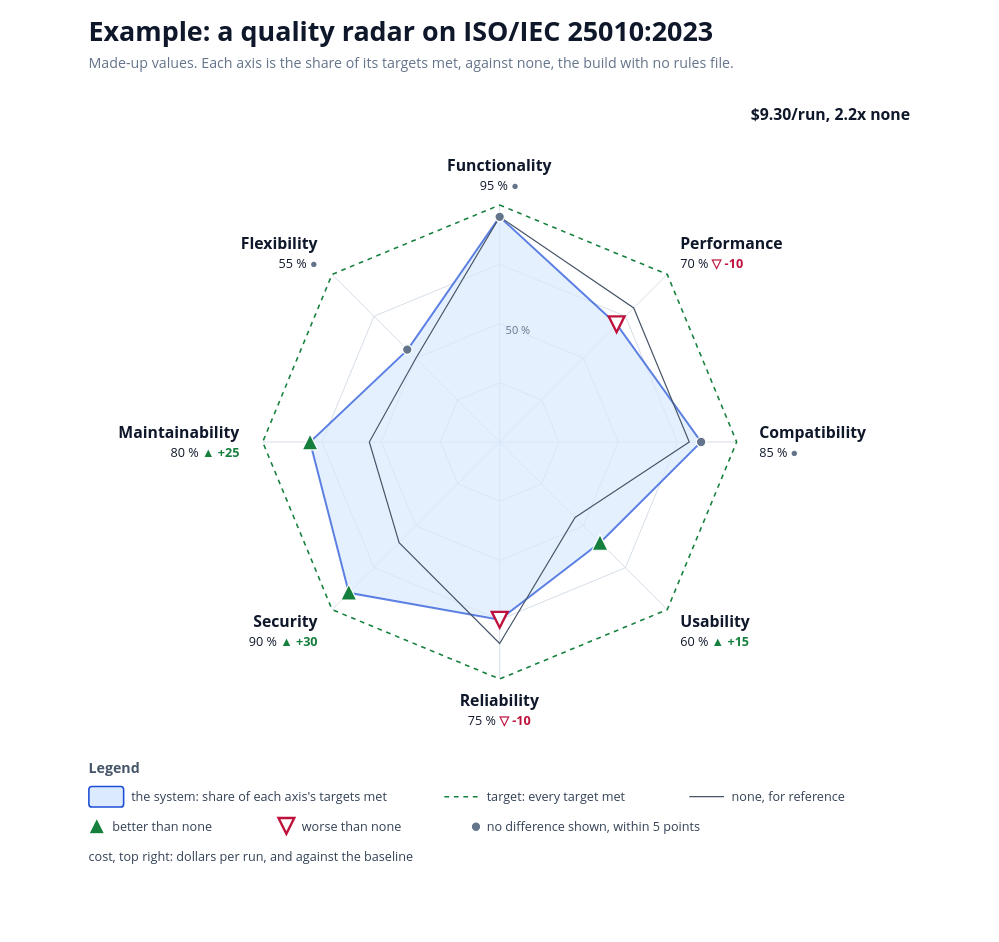
Earlier version of the draw.io diagram docs/diagrams/iso-radar-example.drawio (solid-ai-dev/solid-ai-benchmark). Source tidied: cells renumbered, new cells numbered last; positions are measured from the earlier drawing's top-left corner, leaving out a move shared by most shapes. Both pictures are drawn from the tidied source at 79%, with x=0, y=0 at pixel (66, 13).
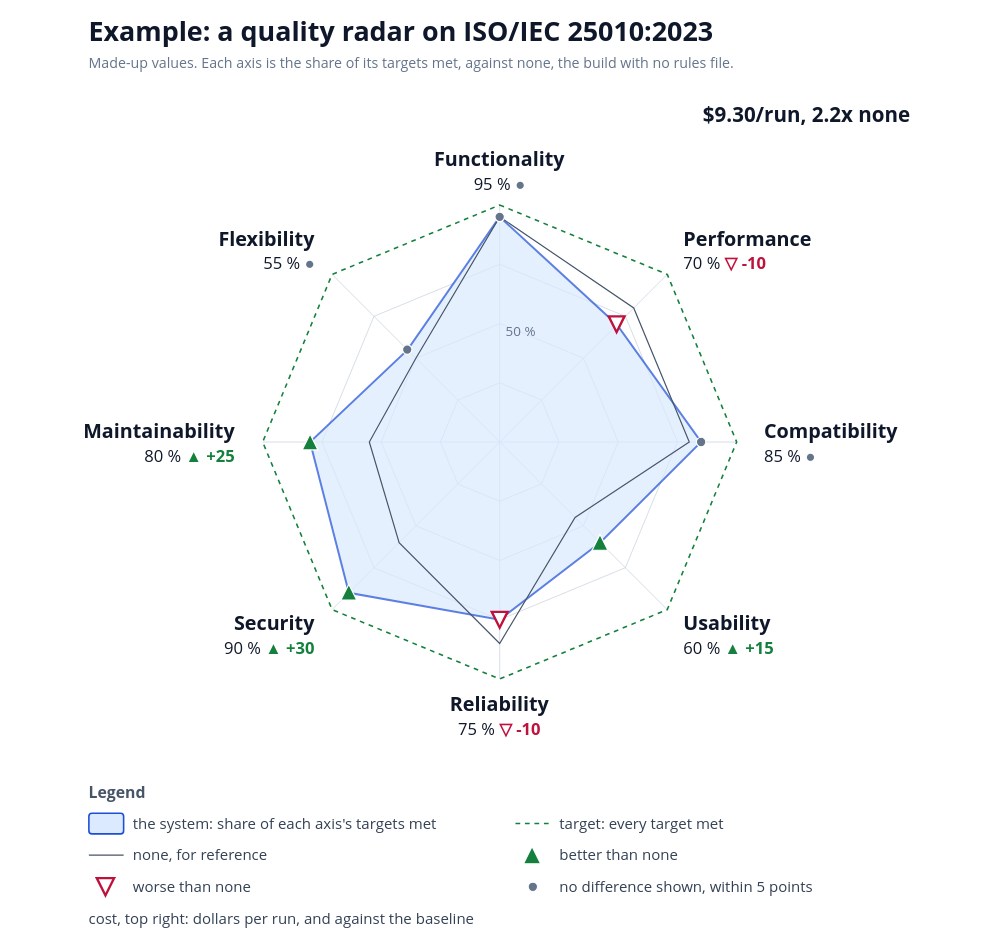
The same page after the edit.

Commit message (it also covers changes not shown here):
docs(spikes): larger text on the example radar

Claude-Session: https://claude.ai/code/session_01DpT5xPFWEQr1bipxbbKBRF

The edit, as a diff of the source:
```diff
@@
-    <mxCell id="4" value="$9.30/run, 2.2x none" style="text;html=1;whiteSpace=wrap;strokeColor=none;fillColor=none;align=right;verticalAlign=middle;fontFamily=Segoe UI;fontSize=20;fontColor=#0F172A;fontStyle=1;spacing=0;" parent="1" vertex="1">
-      <mxGeometry x="759" y="112" width="310" height="30" as="geometry" />
+    <mxCell id="4" value="$9.30/run, 2.2x none" style="text;html=1;whiteSpace=wrap;strokeColor=none;fillColor=none;align=right;verticalAlign=middle;fontFamily=Segoe UI;fontSize=26;fontColor=#0F172A;fontStyle=1;spacing=0;" parent="1" vertex="1">
+      <mxGeometry x="699" y="110" width="370" height="36" as="geometry" />
     </mxCell>
@@
-    <mxCell id="27" value="Functionality&lt;br&gt;&lt;span style='font-size:16px;font-weight:normal'&gt;95 % &lt;span style='color:#64748B;font-weight:bold'&gt;●&lt;/span&gt;&lt;/span&gt;" style="text;html=1;whiteSpace=wrap;strokeColor=none;fillColor=none;align=center;verticalAlign=middle;fontFamily=Segoe UI;fontSize=20;fontColor=#0F172A;fontStyle=1;spacing=0;" parent="1" vertex="1">
-      <mxGeometry x="439" y="179" width="220" height="48" as="geometry" />
+    <mxCell id="27" value="Functionality&lt;br&gt;&lt;span style='font-size:21px;font-weight:normal'&gt;95 % &lt;span style='color:#64748B;font-weight:bold'&gt;●&lt;/span&gt;&lt;/span&gt;" style="text;html=1;whiteSpace=wrap;strokeColor=none;fillColor=none;align=center;verticalAlign=middle;fontFamily=Segoe UI;fontSize=25;fontColor=#0F172A;fontStyle=1;spacing=0;" parent="1" vertex="1">
+      <mxGeometry x="409" y="167" width="280" height="62" as="geometry" />
     </mxCell>
-    <mxCell id="28" value="Performance&lt;br&gt;&lt;span style='font-size:16px;font-weight:normal'&gt;70 % &lt;span style='color:#BE123C;font-weight:bold'&gt;▽ -10&lt;/span&gt;&lt;/span&gt;" style="text;html=1;whiteSpace=wrap;strokeColor=none;fillColor=none;align=left;verticalAlign=middle;fontFamily=Segoe UI;fontSize=20;fontColor=#0F172A;fontStyle=1;spacing=0;" parent="1" vertex="1">
-      <mxGeometry x="778" y="278" width="220" height="48" as="geometry" />
+    <mxCell id="28" value="Performance&lt;br&gt;&lt;span style='font-size:21px;font-weight:normal'&gt;70 % &lt;span style='color:#BE123C;font-weight:bold'&gt;▽ -10&lt;/span&gt;&lt;/span&gt;" style="text;html=1;whiteSpace=wrap;strokeColor=none;fillColor=none;align=left;verticalAlign=middle;fontFamily=Segoe UI;fontSize=25;fontColor=#0F172A;fontStyle=1;spacing=0;" parent="1" vertex="1">
+      <mxGeometry x="782" y="268" width="280" height="62" as="geometry" />
     </mxCell>
-    <mxCell id="29" value="Compatibility&lt;br&gt;&lt;span style='font-size:16px;font-weight:normal'&gt;85 % &lt;span style='color:#64748B;font-weight:bold'&gt;●&lt;/span&gt;&lt;/span&gt;" style="text;html=1;whiteSpace=wrap;strokeColor=none;fillColor=none;align=left;verticalAlign=middle;fontFamily=Segoe UI;fontSize=20;fontColor=#0F172A;fontStyle=1;spacing=0;" parent="1" vertex="1">
-      <mxGeometry x="878" y="518" width="220" height="48" as="geometry" />
+    <mxCell id="29" value="Compatibility&lt;br&gt;&lt;span style='font-size:21px;font-weight:normal'&gt;85 % &lt;span style='color:#64748B;font-weight:bold'&gt;●&lt;/span&gt;&lt;/span&gt;" style="text;html=1;whiteSpace=wrap;strokeColor=none;fillColor=none;align=left;verticalAlign=middle;fontFamily=Segoe UI;fontSize=25;fontColor=#0F172A;fontStyle=1;spacing=0;" parent="1" vertex="1">
+      <mxGeometry x="884" y="512" width="280" height="62" as="geometry" />
     </mxCell>
-    <mxCell id="30" value="Usability&lt;br&gt;&lt;span style='font-size:16px;font-weight:normal'&gt;60 % &lt;span style='color:#15803D;font-weight:bold'&gt;▲ +15&lt;/span&gt;&lt;/span&gt;" style="text;html=1;whiteSpace=wrap;strokeColor=none;fillColor=none;align=left;verticalAlign=middle;fontFamily=Segoe UI;fontSize=20;fontColor=#0F172A;fontStyle=1;spacing=0;" parent="1" vertex="1">
-      <mxGeometry x="778" y="757" width="220" height="48" as="geometry" />
+    <mxCell id="30" value="Usability&lt;br&gt;&lt;span style='font-size:21px;font-weight:normal'&gt;60 % &lt;span style='color:#15803D;font-weight:bold'&gt;▲ +15&lt;/span&gt;&lt;/span&gt;" style="text;html=1;whiteSpace=wrap;strokeColor=none;fillColor=none;align=left;verticalAlign=middle;fontFamily=Segoe UI;fontSize=25;fontColor=#0F172A;fontStyle=1;spacing=0;" parent="1" vertex="1">
+      <mxGeometry x="782" y="755" width="280" height="62" as="geometry" />
     </mxCell>
-    <mxCell id="31" value="Reliability&lt;br&gt;&lt;span style='font-size:16px;font-weight:normal'&gt;75 % &lt;span style='color:#BE123C;font-weight:bold'&gt;▽ -10&lt;/span&gt;&lt;/span&gt;" style="text;html=1;whiteSpace=wrap;strokeColor=none;fillColor=none;align=center;verticalAlign=middle;fontFamily=Segoe UI;fontSize=20;fontColor=#0F172A;fontStyle=1;spacing=0;" parent="1" vertex="1">
-      <mxGeometry x="439" y="857" width="220" height="48" as="geometry" />
+    <mxCell id="31" value="Reliability&lt;br&gt;&lt;span style='font-size:21px;font-weight:normal'&gt;75 % &lt;span style='color:#BE123C;font-weight:bold'&gt;▽ -10&lt;/span&gt;&lt;/span&gt;" style="text;html=1;whiteSpace=wrap;strokeColor=none;fillColor=none;align=center;verticalAlign=middle;fontFamily=Segoe UI;fontSize=25;fontColor=#0F172A;fontStyle=1;spacing=0;" parent="1" vertex="1">
+      <mxGeometry x="409" y="857" width="280" height="62" as="geometry" />
     </mxCell>
-    <mxCell id="32" value="Security&lt;br&gt;&lt;span style='font-size:16px;font-weight:normal'&gt;90 % &lt;span style='color:#15803D;font-weight:bold'&gt;▲ +30&lt;/span&gt;&lt;/span&gt;" style="text;html=1;whiteSpace=wrap;strokeColor=none;fillColor=none;align=right;verticalAlign=middle;fontFamily=Segoe UI;fontSize=20;fontColor=#0F172A;fontStyle=1;spacing=0;" parent="1" vertex="1">
-      <mxGeometry x="99" y="757" width="220" height="48" as="geometry" />
+    <mxCell id="32" value="Security&lt;br&gt;&lt;span style='font-size:21px;font-weight:normal'&gt;90 % &lt;span style='color:#15803D;font-weight:bold'&gt;▲ +30&lt;/span&gt;&lt;/span&gt;" style="text;html=1;whiteSpace=wrap;strokeColor=none;fillColor=none;align=right;verticalAlign=middle;fontFamily=Segoe UI;fontSize=25;fontColor=#0F172A;fontStyle=1;spacing=0;" parent="1" vertex="1">
+      <mxGeometry x="35" y="755" width="280" height="62" as="geometry" />
     </mxCell>
-    <mxCell id="33" value="Maintainability&lt;br&gt;&lt;span style='font-size:16px;font-weight:normal'&gt;80 % &lt;span style='color:#15803D;font-weight:bold'&gt;▲ +25&lt;/span&gt;&lt;/span&gt;" style="text;html=1;whiteSpace=wrap;strokeColor=none;fillColor=none;align=right;verticalAlign=middle;fontFamily=Segoe UI;fontSize=20;fontColor=#0F172A;fontStyle=1;spacing=0;" parent="1" vertex="1">
-      <mxGeometry y="518" width="220" height="48" as="geometry" />
+    <mxCell id="33" value="Maintainability&lt;br&gt;&lt;span style='font-size:21px;font-weight:normal'&gt;80 % &lt;span style='color:#15803D;font-weight:bold'&gt;▲ +25&lt;/span&gt;&lt;/span&gt;" style="text;html=1;whiteSpace=wrap;strokeColor=none;fillColor=none;align=right;verticalAlign=middle;fontFamily=Segoe UI;fontSize=25;fontColor=#0F172A;fontStyle=1;spacing=0;" parent="1" vertex="1">
+      <mxGeometry x="-66" y="512" width="280" height="62" as="geometry" />
     </mxCell>
-    <mxCell id="34" value="Flexibility&lt;br&gt;&lt;span style='font-size:16px;font-weight:normal'&gt;55 % &lt;span style='color:#64748B;font-weight:bold'&gt;●&lt;/span&gt;&lt;/span&gt;" style="text;html=1;whiteSpace=wrap;strokeColor=none;fillColor=none;align=right;verticalAlign=middle;fontFamily=Segoe UI;fontSize=20;fontColor=#0F172A;fontStyle=1;spacing=0;" parent="1" vertex="1">
-      <mxGeometry x="99" y="278" width="220" height="48" as="geometry" />
+    <mxCell id="34" value="Flexibility&lt;br&gt;&lt;span style='font-size:21px;font-weight:normal'&gt;55 % &lt;span style='color:#64748B;font-weight:bold'&gt;●&lt;/span&gt;&lt;/span&gt;" style="text;html=1;whiteSpace=wrap;strokeColor=none;fillColor=none;align=right;verticalAlign=middle;fontFamily=Segoe UI;fontSize=25;fontColor=#0F172A;fontStyle=1;spacing=0;" parent="1" vertex="1">
+      <mxGeometry x="35" y="268" width="280" height="62" as="geometry" />
     </mxCell>
-    <mxCell id="35" value="50 %" style="text;html=1;whiteSpace=wrap;strokeColor=none;fillColor=none;align=left;verticalAlign=middle;fontFamily=Segoe UI;fontSize=14;fontColor=#64748B;fontStyle=0;spacing=0;" parent="1" vertex="1">
-      <mxGeometry x="557" y="390" width="70" height="22" as="geometry" />
+    <mxCell id="35" value="50 %" style="text;html=1;whiteSpace=wrap;strokeColor=none;fillColor=none;align=left;verticalAlign=middle;fontFamily=Segoe UI;fontSize=17;fontColor=#64748B;fontStyle=0;spacing=0;" parent="1" vertex="1">
+      <mxGeometry x="557" y="390" width="80" height="24" as="geometry" />
     </mxCell>
-    <mxCell id="36" value="Legend" style="text;html=1;whiteSpace=wrap;strokeColor=none;fillColor=none;align=left;verticalAlign=middle;fontFamily=Segoe UI;fontSize=18;fontColor=#475569;fontStyle=1;spacing=0;" parent="1" vertex="1">
-      <mxGeometry x="29" y="942" width="200" height="24" as="geometry" />
+    <mxCell id="36" value="Legend" style="text;html=1;whiteSpace=wrap;strokeColor=none;fillColor=none;align=left;verticalAlign=middle;fontFamily=Segoe UI;fontSize=20;fontColor=#475569;fontStyle=1;spacing=0;" parent="1" vertex="1">
+      <mxGeometry x="29" y="972" width="200" height="26" as="geometry" />
     </mxCell>
     <mxCell id="37" style="rounded=1;html=1;fillColor=#DBEAFE;strokeColor=#1D4ED8;strokeWidth=2;" parent="1" vertex="1">
-      <mxGeometry x="29" y="978" width="44" height="26" as="geometry" />
+      <mxGeometry x="29" y="1012" width="44" height="26" as="geometry" />
     </mxCell>
-    <mxCell id="38" value="the system: share of each axis's targets met" style="text;html=1;whiteSpace=wrap;strokeColor=none;fillColor=none;align=left;verticalAlign=middle;fontFamily=Segoe UI;fontSize=16;fontColor=#334155;fontStyle=0;spacing=0;" parent="1" vertex="1">
-      <mxGeometry x="83" y="978" width="360" height="26" as="geometry" />
+    <mxCell id="38" value="the system: share of each axis's targets met" style="text;html=1;whiteSpace=wrap;strokeColor=none;fillColor=none;align=left;verticalAlign=middle;fontFamily=Segoe UI;fontSize=19;fontColor=#334155;fontStyle=0;spacing=0;" parent="1" vertex="1">
+      <mxGeometry x="85" y="1012" width="470" height="26" as="geometry" />
     </mxCell>
     <mxCell id="39" style="endArrow=none;html=1;rounded=0;strokeWidth=2;strokeColor=#15803D;dashed=1;" parent="1" edge="1">
       <mxGeometry relative="1" as="geometry">
-        <mxPoint x="479" y="991" as="sourcePoint" />
-        <mxPoint x="523" y="991" as="targetPoint" />
+        <mxPoint x="569" y="1025" as="sourcePoint" />
+        <mxPoint x="613" y="1025" as="targetPoint" />
       </mxGeometry>
     </mxCell>
-    <mxCell id="40" value="target: every target met" style="text;html=1;whiteSpace=wrap;strokeColor=none;fillColor=none;align=left;verticalAlign=middle;fontFamily=Segoe UI;fontSize=16;fontColor=#334155;fontStyle=0;spacing=0;" parent="1" vertex="1">
-      <mxGeometry x="533" y="978" width="240" height="26" as="geometry" />
+    <mxCell id="40" value="target: every target met" style="text;html=1;whiteSpace=wrap;strokeColor=none;fillColor=none;align=left;verticalAlign=middle;fontFamily=Segoe UI;fontSize=19;fontColor=#334155;fontStyle=0;spacing=0;" parent="1" vertex="1">
+      <mxGeometry x="625" y="1012" width="470" height="26" as="geometry" />
     </mxCell>
     <mxCell id="41" style="endArrow=none;html=1;rounded=0;strokeWidth=1.5;strokeColor=#475569;" parent="1" edge="1">
       <mxGeometry relative="1" as="geometry">
-        <mxPoint x="789" y="991" as="sourcePoint" />
-        <mxPoint x="833" y="991" as="targetPoint" />
+        <mxPoint x="29" y="1065" as="sourcePoint" />
+        <mxPoint x="73" y="1065" as="targetPoint" />
       </mxGeometry>
     </mxCell>
-    <mxCell id="42" value="none, for reference" style="text;html=1;whiteSpace=wrap;strokeColor=none;fillColor=none;align=left;verticalAlign=middle;fontFamily=Segoe UI;fontSize=16;fontColor=#334155;fontStyle=0;spacing=0;" parent="1" vertex="1">
-      <mxGeometry x="843" y="978" width="220" height="26" as="geometry" />
+    <mxCell id="42" value="none, for reference" style="text;html=1;whiteSpace=wrap;strokeColor=none;fillColor=none;align=left;verticalAlign=middle;fontFamily=Segoe UI;fontSize=19;fontColor=#334155;fontStyle=0;spacing=0;" parent="1" vertex="1">
+      <mxGeometry x="85" y="1052" width="470" height="26" as="geometry" />
     </mxCell>
     <mxCell id="43" style="triangle;direction=north;html=1;fillColor=#15803D;strokeColor=#FFFFFF;strokeWidth=1.5;" parent="1" vertex="1">
-      <mxGeometry x="29" y="1018" width="20" height="20" as="geometry" />
+      <mxGeometry x="579" y="1054" width="22" height="22" as="geometry" />
     </mxCell>
-    <mxCell id="44" value="better than none" style="text;html=1;whiteSpace=wrap;strokeColor=none;fillColor=none;align=left;verticalAlign=middle;fontFamily=Segoe UI;fontSize=16;fontColor=#334155;fontStyle=0;spacing=0;" parent="1" vertex="1">
-      <mxGeometry x="59" y="1016" width="200" height="26" as="geometry" />
+    <mxCell id="44" value="better than none" style="text;html=1;whiteSpace=wrap;strokeColor=none;fillColor=none;align=left;verticalAlign=middle;fontFamily=Segoe UI;fontSize=19;fontColor=#334155;fontStyle=0;spacing=0;" parent="1" vertex="1">
+      <mxGeometry x="625" y="1052" width="470" height="26" as="geometry" />
     </mxCell>
     <mxCell id="45" style="triangle;direction=south;html=1;fillColor=#FFFFFF;strokeColor=#BE123C;strokeWidth=3;" parent="1" vertex="1">
-      <mxGeometry x="269" y="1018" width="20" height="20" as="geometry" />
+      <mxGeometry x="39" y="1094" width="22" height="22" as="geometry" />
     </mxCell>
-    <mxCell id="46" value="worse than none" style="text;html=1;whiteSpace=wrap;strokeColor=none;fillColor=none;align=left;verticalAlign=middle;fontFamily=Segoe UI;fontSize=16;fontColor=#334155;fontStyle=0;spacing=0;" parent="1" vertex="1">
-      <mxGeometry x="299" y="1016" width="200" height="26" as="geometry" />
+    <mxCell id="46" value="worse than none" style="text;html=1;whiteSpace=wrap;strokeColor=none;fillColor=none;align=left;verticalAlign=middle;fontFamily=Segoe UI;fontSize=19;fontColor=#334155;fontStyle=0;spacing=0;" parent="1" vertex="1">
+      <mxGeometry x="85" y="1092" width="470" height="26" as="geometry" />
     </mxCell>
     <mxCell id="47" style="ellipse;html=1;fillColor=#64748B;strokeColor=#FFFFFF;strokeWidth=1.5;" parent="1" vertex="1">
-      <mxGeometry x="513" y="1023" width="12" height="12" as="geometry" />
+      <mxGeometry x="585" y="1099" width="12" height="12" as="geometry" />
     </mxCell>
-    <mxCell id="48" value="no difference shown, within 5 points" style="text;html=1;whiteSpace=wrap;strokeColor=none;fillColor=none;align=left;verticalAlign=middle;fontFamily=Segoe UI;fontSize=16;fontColor=#334155;fontStyle=0;spacing=0;" parent="1" vertex="1">
-      <mxGeometry x="533" y="1016" width="360" height="26" as="geometry" />
+    <mxCell id="48" value="no difference shown, within 5 points" style="text;html=1;whiteSpace=wrap;strokeColor=none;fillColor=none;align=left;verticalAlign=middle;fontFamily=Segoe UI;fontSize=19;fontColor=#334155;fontStyle=0;spacing=0;" parent="1" vertex="1">
+      <mxGeometry x="625" y="1092" width="470" height="26" as="geometry" />
     </mxCell>
-    <mxCell id="49" value="cost, top right: dollars per run, and against the baseline" style="text;html=1;whiteSpace=wrap;strokeColor=none;fillColor=none;align=left;verticalAlign=middle;fontFamily=Segoe UI;fontSize=16;fontColor=#334155;fontStyle=0;spacing=0;" parent="1" vertex="1">
-      <mxGeometry x="29" y="1054" width="700" height="26" as="geometry" />
+    <mxCell id="49" value="cost, top right: dollars per run, and against the baseline" style="text;html=1;whiteSpace=wrap;strokeColor=none;fillColor=none;align=left;verticalAlign=middle;fontFamily=Segoe UI;fontSize=19;fontColor=#334155;fontStyle=0;spacing=0;" parent="1" vertex="1">
+      <mxGeometry x="29" y="1132" width="700" height="26" as="geometry" />
     </mxCell>
```
